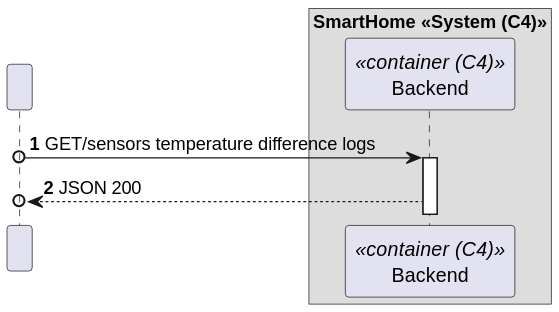
Above: docs/C4_4plus1_models/Level2/ProcessView/ProcessViewLevel2_UC13_v1.svg in moutajDev/smarthome (PlantUML), before the change.
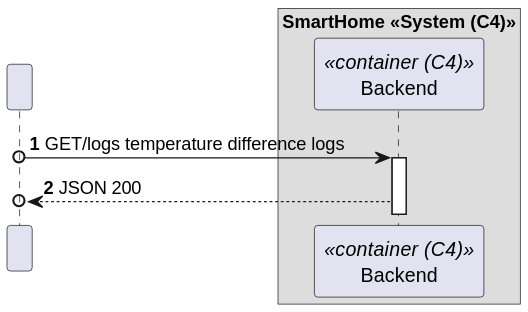
After the change.

What changed in the source:
```diff
@@ -11,7 +11,7 @@
 end box
 
 
-HTTP o-> BE : GET/sensors temperature difference logs
+HTTP o-> BE : GET/logs temperature difference logs
 activate BE
 
 
```
